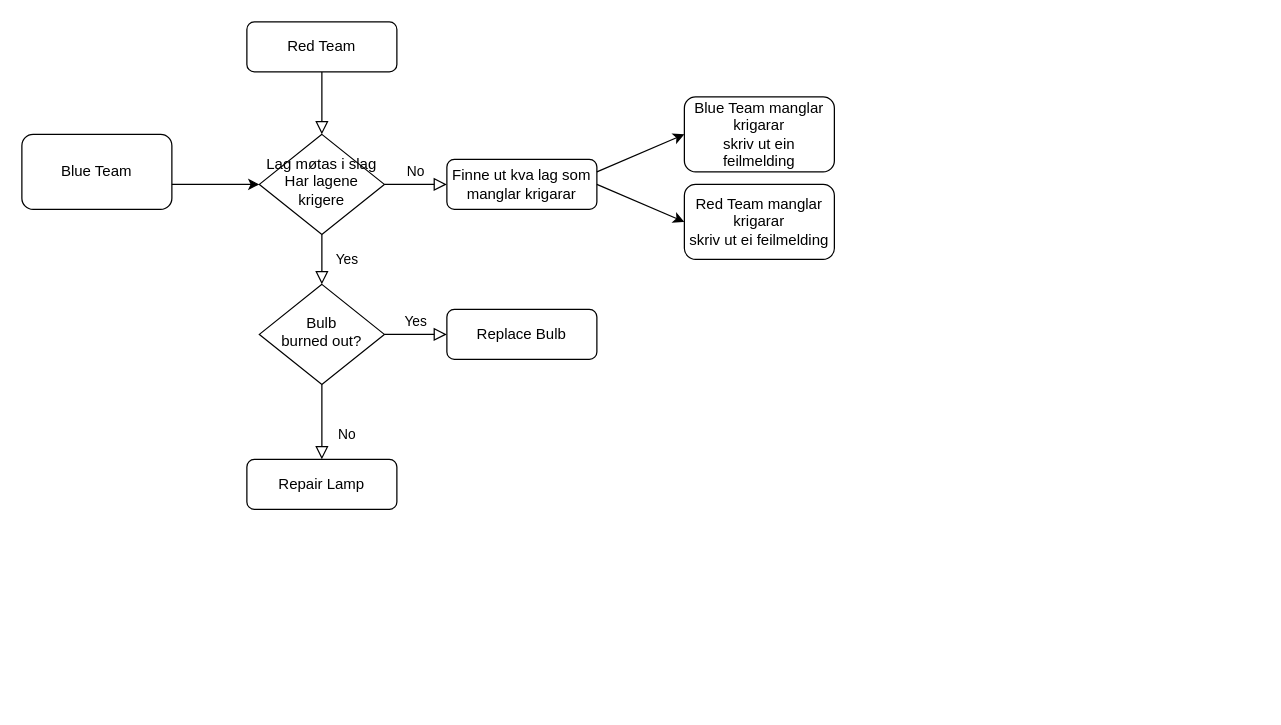
Above: Let_the_War_begin/Flytdiagram/Untitled Diagram.drawio in Newtexas28/IT1 (draw.io), before the change. Source tidied: cells renumbered, new cells numbered last; positions are measured from the earlier drawing's top-left corner, leaving out a move shared by most shapes. Both pictures are drawn from the tidied source at 125%, with x=0, y=0 at pixel (21, 21).
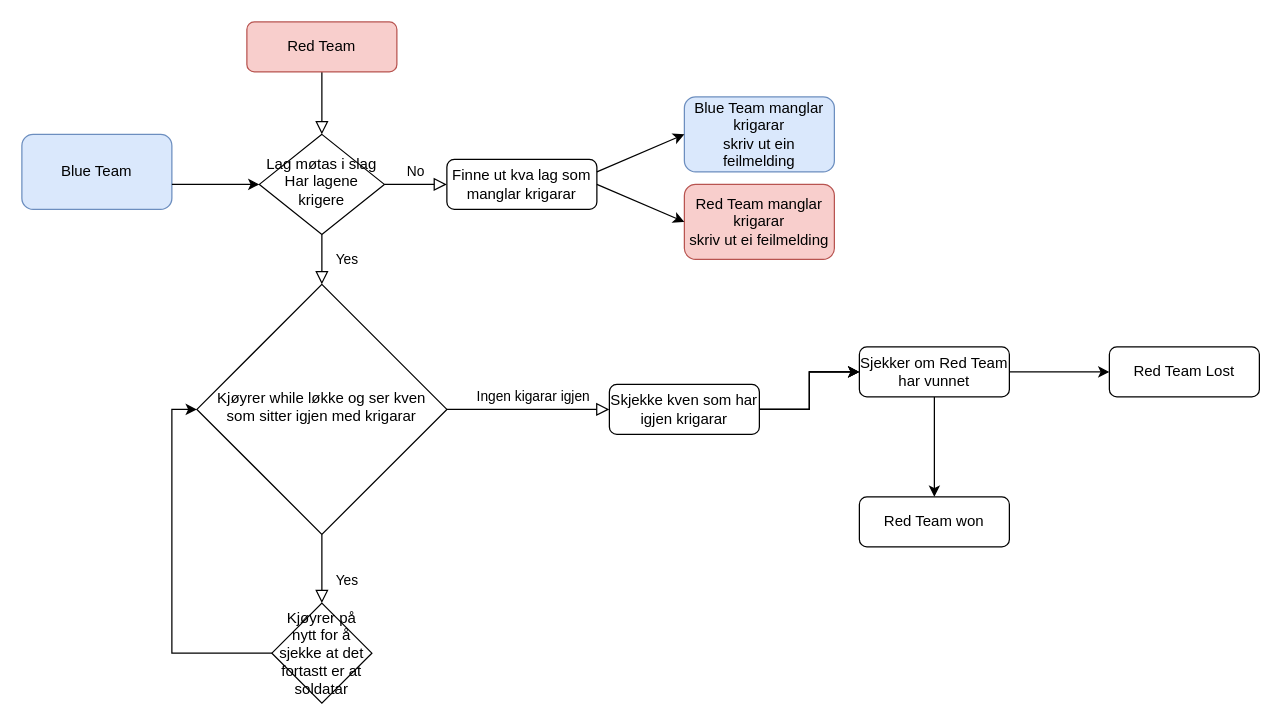
The same page after the edit.

Commit message:
Adding winning conditions

What changed in the source:
```diff
@@
-    <mxCell id="3" value="Red Team" style="rounded=1;whiteSpace=wrap;html=1;fontSize=12;glass=0;strokeWidth=1;shadow=0;" parent="1" vertex="1">
+    <mxCell id="3" value="Red Team" style="rounded=1;whiteSpace=wrap;html=1;fontSize=12;glass=0;strokeWidth=1;shadow=0;fillColor=#f8cecc;strokeColor=#b85450;" parent="1" vertex="1">
       <mxGeometry x="180" width="120" height="40" as="geometry" />
     </mxCell>
@@
-    <mxCell id="8" value="No" style="rounded=0;html=1;jettySize=auto;fontSize=11;endArrow=block;endFill=0;endSize=8;strokeWidth=1;shadow=0;labelBackgroundColor=none;edgeStyle=orthogonalEdgeStyle;" parent="1" edge="1" source="10" target="11">
-      <mxGeometry x="0.33" y="20" relative="1" as="geometry" />
+    <mxCell id="8" value="Yes" style="rounded=0;html=1;jettySize=auto;fontSize=11;endArrow=block;endFill=0;endSize=8;strokeWidth=1;shadow=0;labelBackgroundColor=none;edgeStyle=orthogonalEdgeStyle;" parent="1" edge="1" source="10">
+      <mxGeometry x="0.33" y="20" relative="1" as="geometry">
+        <mxPoint x="240" y="465" as="targetPoint" />
+      </mxGeometry>
     </mxCell>
-    <mxCell id="9" value="Yes" style="edgeStyle=orthogonalEdgeStyle;rounded=0;html=1;jettySize=auto;fontSize=11;endArrow=block;endFill=0;endSize=8;strokeWidth=1;shadow=0;labelBackgroundColor=none;" parent="1" edge="1" source="10" target="12">
-      <mxGeometry y="10" relative="1" as="geometry" />
+    <mxCell id="9" value="Ingen kigarar igjen" style="edgeStyle=orthogonalEdgeStyle;rounded=0;html=1;jettySize=auto;fontSize=11;endArrow=block;endFill=0;endSize=8;strokeWidth=1;shadow=0;labelBackgroundColor=none;" parent="1" edge="1" source="10" target="12">
+      <mxGeometry x="0.06" y="10" relative="1" as="geometry" />
     </mxCell>
-    <mxCell id="10" value="Bulb&lt;br&gt;burned out?" style="rhombus;whiteSpace=wrap;html=1;shadow=0;fontFamily=Helvetica;fontSize=12;align=center;strokeWidth=1;spacing=6;spacingTop=-4;" parent="1" vertex="1">
-      <mxGeometry x="190" y="210" width="100" height="80" as="geometry" />
+    <mxCell id="10" value="Kjøyrer while løkke og ser kven som sitter igjen med krigarar" style="rhombus;whiteSpace=wrap;html=1;shadow=0;fontFamily=Helvetica;fontSize=12;align=center;strokeWidth=1;spacing=6;spacingTop=-4;" parent="1" vertex="1">
+      <mxGeometry x="140" y="210" width="200" height="200" as="geometry" />
     </mxCell>
-    <mxCell id="11" value="Repair Lamp" style="rounded=1;whiteSpace=wrap;html=1;fontSize=12;glass=0;strokeWidth=1;shadow=0;" parent="1" vertex="1">
-      <mxGeometry x="180" y="350" width="120" height="40" as="geometry" />
-    </mxCell>
+    <mxCell id="19" style="edgeStyle=orthogonalEdgeStyle;rounded=0;jettySize=auto;html=1;" parent="1" edge="1" source="12" target="26">
+      <mxGeometry relative="1" as="geometry" />
+    </mxCell>
+    <mxCell id="20" style="edgeStyle=orthogonalEdgeStyle;rounded=0;jettySize=auto;html=1;" parent="1" edge="1" source="12" target="26">
+      <mxGeometry relative="1" as="geometry" />
+    </mxCell>
+    <mxCell id="21" style="edgeStyle=orthogonalEdgeStyle;rounded=0;jettySize=auto;html=1;" parent="1" edge="1" source="12" target="26">
+      <mxGeometry relative="1" as="geometry" />
+    </mxCell>
-    <mxCell id="12" value="Replace Bulb" style="rounded=1;whiteSpace=wrap;html=1;fontSize=12;glass=0;strokeWidth=1;shadow=0;" parent="1" vertex="1">
-      <mxGeometry x="340" y="230" width="120" height="40" as="geometry" />
+    <mxCell id="12" value="Skjekke kven som har igjen krigarar" style="rounded=1;whiteSpace=wrap;html=1;fontSize=12;glass=0;strokeWidth=1;shadow=0;" parent="1" vertex="1">
+      <mxGeometry x="470" y="290" width="120" height="40" as="geometry" />
     </mxCell>
-    <mxCell id="13" value="Blue Team" style="rounded=1;whiteSpace=wrap;html=1;" parent="1" vertex="1">
+    <mxCell id="13" value="Blue Team" style="rounded=1;whiteSpace=wrap;html=1;fillColor=#dae8fc;strokeColor=#6c8ebf;" parent="1" vertex="1">
       <mxGeometry y="90" width="120" height="60" as="geometry" />
     </mxCell>
@@
-    <mxCell id="15" value="Blue Team manglar krigarar&lt;br&gt;skriv ut ein feilmelding" style="rounded=1;whiteSpace=wrap;html=1;" parent="1" vertex="1">
+    <mxCell id="15" value="Blue Team manglar krigarar&lt;br&gt;skriv ut ein feilmelding" style="rounded=1;whiteSpace=wrap;html=1;fillColor=#dae8fc;strokeColor=#6c8ebf;" parent="1" vertex="1">
       <mxGeometry x="530" y="60" width="120" height="60" as="geometry" />
     </mxCell>
-    <mxCell id="16" value="Red Team manglar krigarar&lt;br&gt;skriv ut ei feilmelding" style="rounded=1;whiteSpace=wrap;html=1;" parent="1" vertex="1">
+    <mxCell id="16" value="Red Team manglar krigarar&lt;br&gt;skriv ut ei feilmelding" style="rounded=1;whiteSpace=wrap;html=1;fillColor=#f8cecc;strokeColor=#b85450;" parent="1" vertex="1">
       <mxGeometry x="530" y="130" width="120" height="60" as="geometry" />
     </mxCell>
@@
+    <mxCell id="22" style="edgeStyle=orthogonalEdgeStyle;rounded=0;jettySize=auto;html=1;entryX=0;entryY=0.5;entryDx=0;entryDy=0;" parent="1" edge="1" source="23" target="10">
+      <mxGeometry relative="1" as="geometry">
+        <Array as="points">
+          <mxPoint x="120" y="505" />
+          <mxPoint x="120" y="310" />
+        </Array>
+      </mxGeometry>
+    </mxCell>
+    <mxCell id="23" value="Kjøyrer på nytt for å sjekke at det fortastt er at soldatar" style="rhombus;whiteSpace=wrap;html=1;" parent="1" vertex="1">
+      <mxGeometry x="200" y="465" width="80" height="80" as="geometry" />
+    </mxCell>
+    <mxCell id="24" style="edgeStyle=orthogonalEdgeStyle;rounded=0;jettySize=auto;html=1;" parent="1" edge="1" source="26" target="27">
+      <mxGeometry relative="1" as="geometry" />
+    </mxCell>
+    <mxCell id="25" style="edgeStyle=orthogonalEdgeStyle;rounded=0;jettySize=auto;html=1;" parent="1" edge="1" source="26" target="28">
+      <mxGeometry relative="1" as="geometry" />
+    </mxCell>
+    <mxCell id="26" value="Sjekker om Red Team har vunnet" style="rounded=1;whiteSpace=wrap;html=1;fontSize=12;glass=0;strokeWidth=1;shadow=0;" parent="1" vertex="1">
+      <mxGeometry x="670" y="260" width="120" height="40" as="geometry" />
+    </mxCell>
+    <mxCell id="27" value="Red Team won" style="rounded=1;whiteSpace=wrap;html=1;fontSize=12;glass=0;strokeWidth=1;shadow=0;" parent="1" vertex="1">
+      <mxGeometry x="670" y="380" width="120" height="40" as="geometry" />
+    </mxCell>
+    <mxCell id="28" value="Red Team Lost" style="rounded=1;whiteSpace=wrap;html=1;fontSize=12;glass=0;strokeWidth=1;shadow=0;" parent="1" vertex="1">
+      <mxGeometry x="870" y="260" width="120" height="40" as="geometry" />
+    </mxCell>
```
